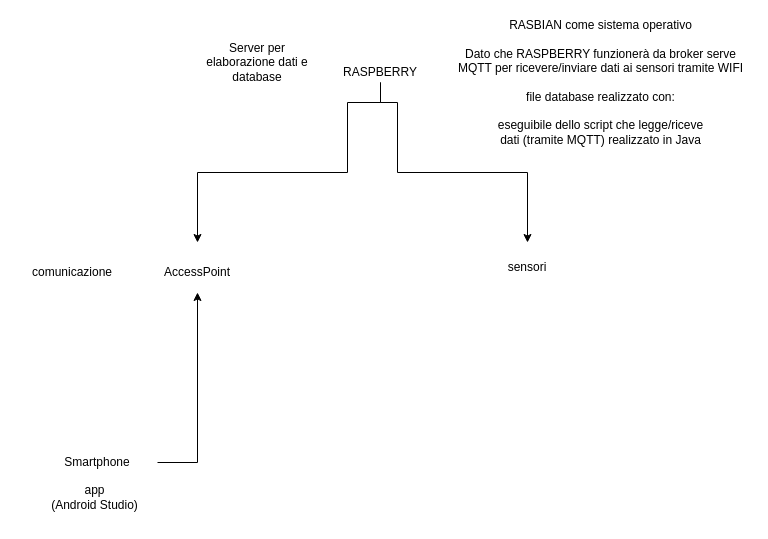
The draw.io diagram Untitled Diagram.drawio in francescospangaro/WS_Prog3_Tecnologie, before the edit. Source tidied: cells renumbered, new cells numbered last; positions are measured from the earlier drawing's top-left corner, leaving out a move shared by most shapes. Both pictures are drawn from the tidied source at 100%, with x=0, y=0 at pixel (17, 17).
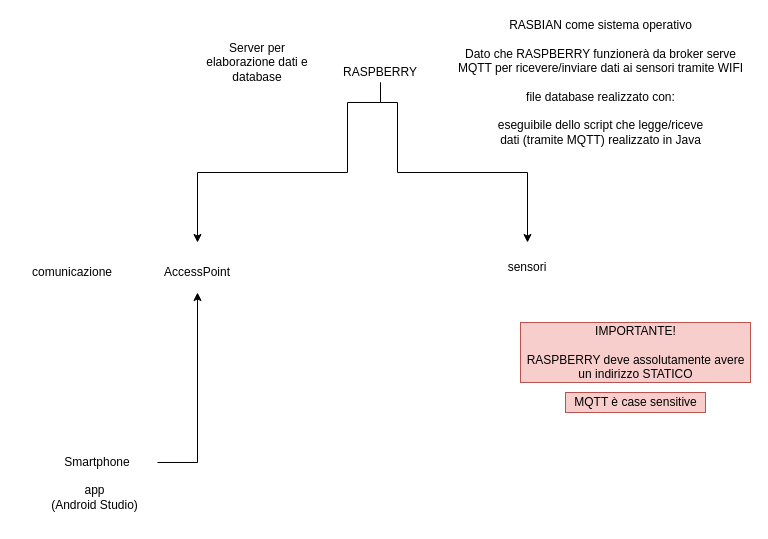
Above is the later version.

Change to the diagram source:
```diff
@@
+    <mxCell id="13" value="IMPORTANTE!&lt;br&gt;&lt;br&gt;RASPBERRY deve assolutamente avere&lt;br&gt;un indirizzo STATICO" style="text;html=1;align=center;verticalAlign=middle;fillColor=#f8cecc;strokeColor=#b85450;" parent="1" vertex="1">
+      <mxGeometry x="503" y="305" width="230" height="60" as="geometry" />
+    </mxCell>
+    <mxCell id="14" value="MQTT è case sensitive" style="text;html=1;align=center;verticalAlign=middle;fillColor=#f8cecc;strokeColor=#b85450;" parent="1" vertex="1">
+      <mxGeometry x="548" y="375" width="140" height="20" as="geometry" />
+    </mxCell>
```
